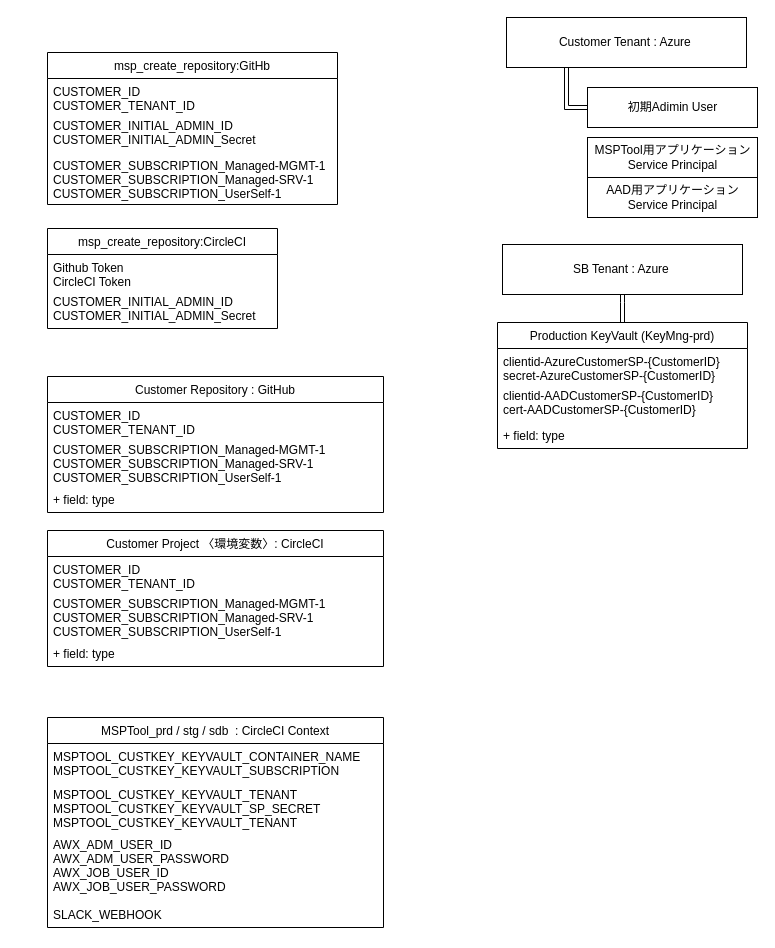
Above: doc/名称未設定ファイル.drawio in katok614/testtest (draw.io), before the change. Source tidied: cells renumbered, new cells numbered last; positions are measured from the earlier drawing's top-left corner, leaving out a move shared by most shapes. Both pictures are drawn from the tidied source at 100%, with x=0, y=0 at pixel (47, 17).
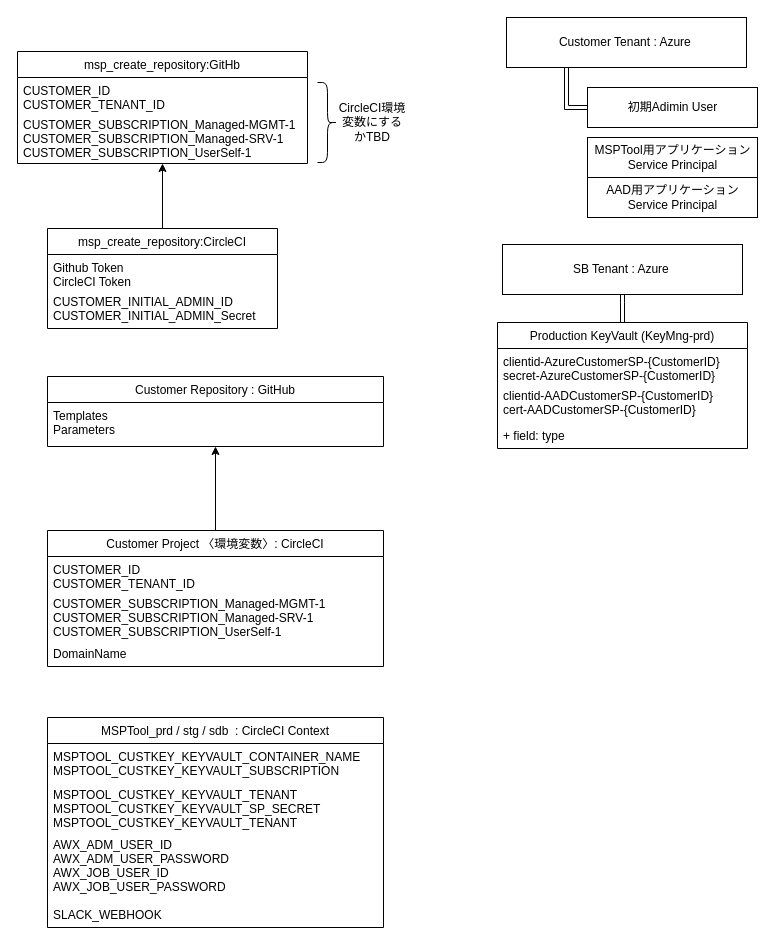
The same diagram, later.

Commit message:
名称未設定ファイル.drawio を更新します

The change refers to these unchanged cells:
```xml
<mxCell id="6" value="msp_create_repository:CircleCI" style="swimlane;fontStyle=0;horizontal=1;startSize=26;fillColor=none;" parent="1" vertex="1">
  <mxGeometry y="211" width="230" height="100" as="geometry" />
</mxCell>
<mxCell id="14" value="Customer Project 〈環境変数〉: CircleCI" style="swimlane;fontStyle=0;horizontal=1;startSize=26;fillColor=none;" parent="1" vertex="1">
  <mxGeometry y="513" width="336" height="136" as="geometry" />
</mxCell>
```

What changed in the source:
```diff
@@
     <mxCell id="2" value="msp_create_repository:GitHb" style="swimlane;fontStyle=0;horizontal=1;startSize=26;fillColor=none;" parent="1" vertex="1">
-      <mxGeometry y="35" width="290" height="152" as="geometry" />
+      <mxGeometry x="-30" y="34" width="290" height="112" as="geometry" />
     </mxCell>
@@
-    <mxCell id="4" value="CUSTOMER_INITIAL_ADMIN_ID&#10;CUSTOMER_INITIAL_ADMIN_Secret&#10;" style="text;strokeColor=none;fillColor=none;align=left;verticalAlign=top;spacingLeft=4;spacingRight=4;overflow=hidden;" parent="2" vertex="1">
-      <mxGeometry y="60" width="290" height="40" as="geometry" />
-    </mxCell>
     <mxCell id="5" value="CUSTOMER_SUBSCRIPTION_Managed-MGMT-1&#10;CUSTOMER_SUBSCRIPTION_Managed-SRV-1&#10;CUSTOMER_SUBSCRIPTION_UserSelf-1" style="text;strokeColor=none;fillColor=none;align=left;verticalAlign=top;spacingLeft=4;spacingRight=4;overflow=hidden;" parent="2" vertex="1">
-      <mxGeometry y="100" width="290" height="52" as="geometry" />
+      <mxGeometry y="60" width="290" height="52" as="geometry" />
     </mxCell>
+    <mxCell id="33" style="edgeStyle=orthogonalEdgeStyle;rounded=0;jettySize=auto;html=1;exitX=0.5;exitY=0;exitDx=0;exitDy=0;" parent="1" edge="1" source="6" target="2">
+      <mxGeometry relative="1" as="geometry" />
+    </mxCell>
@@
+    <mxCell id="34" style="edgeStyle=orthogonalEdgeStyle;rounded=0;jettySize=auto;html=1;exitX=0.5;exitY=0;exitDx=0;exitDy=0;" parent="1" edge="1" source="14" target="29">
+      <mxGeometry relative="1" as="geometry" />
+    </mxCell>
@@
-    <mxCell id="17" value="+ field: type" style="text;strokeColor=none;fillColor=none;align=left;verticalAlign=top;spacingLeft=4;spacingRight=4;overflow=hidden;" parent="14" vertex="1">
+    <mxCell id="17" value="DomainName" style="text;strokeColor=none;fillColor=none;align=left;verticalAlign=top;spacingLeft=4;spacingRight=4;overflow=hidden;" parent="14" vertex="1">
       <mxGeometry y="110" width="336" height="26" as="geometry" />
     </mxCell>
@@
     <mxCell id="29" value="Customer Repository : GitHub" style="swimlane;fontStyle=0;horizontal=1;startSize=26;fillColor=none;" parent="1" vertex="1">
-      <mxGeometry y="359" width="336" height="136" as="geometry" />
+      <mxGeometry y="359" width="336" height="70" as="geometry" />
     </mxCell>
-    <mxCell id="30" value="CUSTOMER_ID&#10;CUSTOMER_TENANT_ID" style="text;strokeColor=none;fillColor=none;align=left;verticalAlign=top;spacingLeft=4;spacingRight=4;overflow=hidden;" parent="29" vertex="1">
-      <mxGeometry y="26" width="336" height="34" as="geometry" />
-    </mxCell>
-    <mxCell id="31" value="CUSTOMER_SUBSCRIPTION_Managed-MGMT-1&#10;CUSTOMER_SUBSCRIPTION_Managed-SRV-1&#10;CUSTOMER_SUBSCRIPTION_UserSelf-1" style="text;strokeColor=none;fillColor=none;align=left;verticalAlign=top;spacingLeft=4;spacingRight=4;overflow=hidden;" parent="29" vertex="1">
-      <mxGeometry y="60" width="336" height="50" as="geometry" />
-    </mxCell>
-    <mxCell id="32" value="+ field: type" style="text;strokeColor=none;fillColor=none;align=left;verticalAlign=top;spacingLeft=4;spacingRight=4;overflow=hidden;" parent="29" vertex="1">
-      <mxGeometry y="110" width="336" height="26" as="geometry" />
+    <mxCell id="32" value="Templates&#10;Parameters" style="text;strokeColor=none;fillColor=none;align=left;verticalAlign=top;spacingLeft=4;spacingRight=4;overflow=hidden;" parent="29" vertex="1">
+      <mxGeometry y="26" width="336" height="44" as="geometry" />
     </mxCell>
+    <mxCell id="35" style="shape=curlyBracket;whiteSpace=wrap;html=1;rounded=1;direction=west;" parent="1" vertex="1">
+      <mxGeometry x="270" y="65" width="20" height="80" as="geometry" />
+    </mxCell>
+    <mxCell id="36" value="CircleCI環境変数にするかTBD" style="text;html=1;strokeColor=none;fillColor=none;align=center;verticalAlign=middle;whiteSpace=wrap;rounded=0;" parent="1" vertex="1">
+      <mxGeometry x="290" y="95" width="70" height="20" as="geometry" />
+    </mxCell>
```
